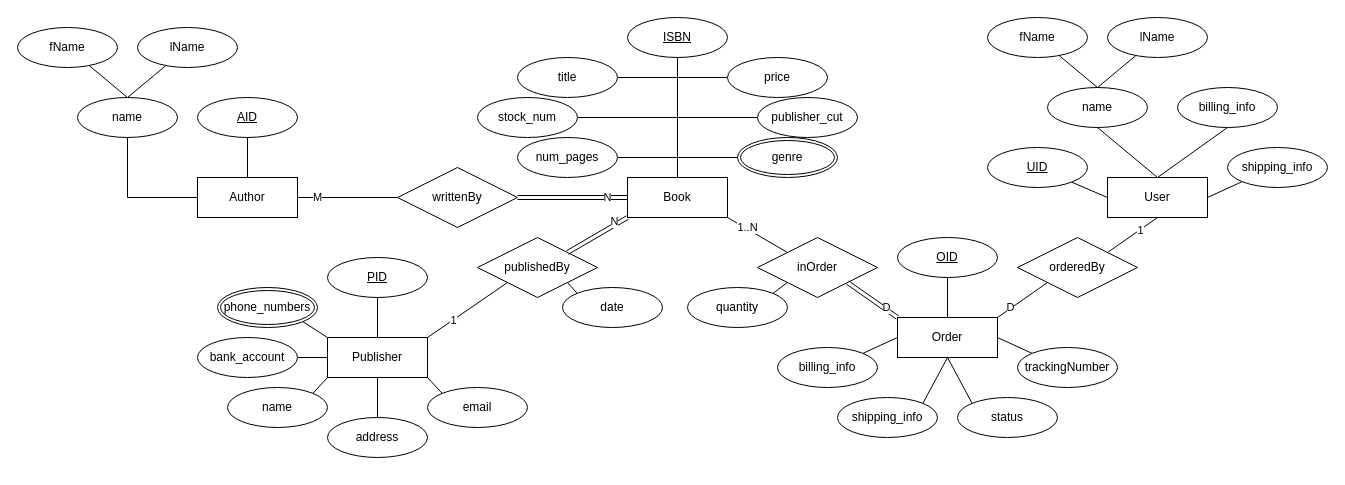
The draw.io diagram diagrams/ER Diagram.drawio in AdamArrhaoui/COMP3005-LookInnaBook, before the edit. Source tidied: cells renumbered, new cells numbered last; positions are measured from the earlier drawing's top-left corner, leaving out a move shared by most shapes. Both pictures are drawn from the tidied source at 100%, with x=0, y=0 at pixel (17, -78).
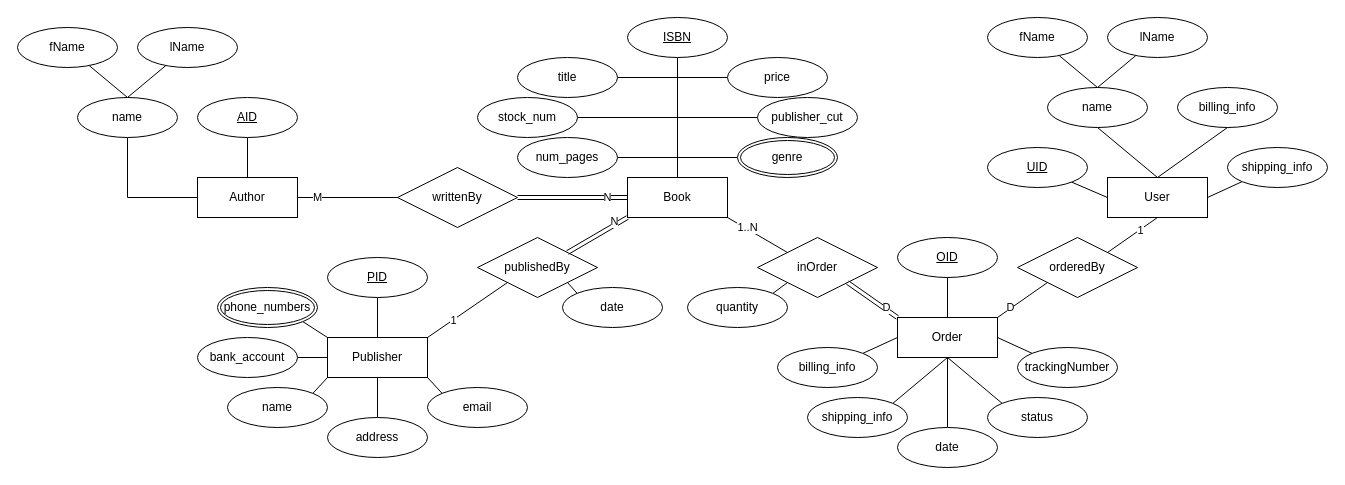
The same page after the edit.

The change refers to these unchanged cells:
```xml
<mxCell id="36" value="Order" style="whiteSpace=wrap;html=1;align=center;" parent="1" vertex="1">
  <mxGeometry x="880" y="395" width="100" height="40" as="geometry" />
</mxCell>
```

The edit, as a diff of the source:
```diff
@@
+    <mxCell id="84" style="edgeStyle=orthogonalEdgeStyle;rounded=0;jettySize=auto;html=1;entryX=0.5;entryY=0;entryDx=0;entryDy=0;endArrow=none;endFill=0;" parent="1" edge="1" source="36" target="85">
+      <mxGeometry relative="1" as="geometry" />
+    </mxCell>
@@
     <mxCell id="74" value="status" style="ellipse;whiteSpace=wrap;html=1;align=center;" parent="1" vertex="1">
-      <mxGeometry x="940" y="475" width="100" height="40" as="geometry" />
+      <mxGeometry x="970" y="475" width="100" height="40" as="geometry" />
     </mxCell>
@@
     <mxCell id="78" value="shipping_info" style="ellipse;whiteSpace=wrap;html=1;align=center;" parent="1" vertex="1">
-      <mxGeometry x="820" y="475" width="100" height="40" as="geometry" />
+      <mxGeometry x="790" y="475" width="100" height="40" as="geometry" />
     </mxCell>
@@
+    <mxCell id="85" value="date" style="ellipse;whiteSpace=wrap;html=1;align=center;" parent="1" vertex="1">
+      <mxGeometry x="880" y="505" width="100" height="40" as="geometry" />
+    </mxCell>
```
